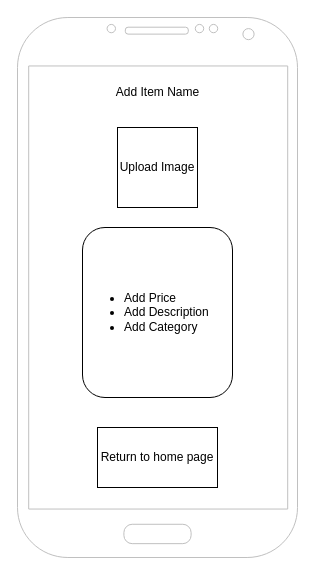
Earlier version of the draw.io diagram page "Add item" (2 of 4) of public/draft.drawio (MV-SWE-Gang/inventory-app). Source tidied: cells renumbered, new cells numbered last; positions are measured from the earlier drawing's top-left corner, leaving out a move shared by most shapes. Both pictures are drawn from the tidied source at 100%, with x=0, y=0 at pixel (17, 17).
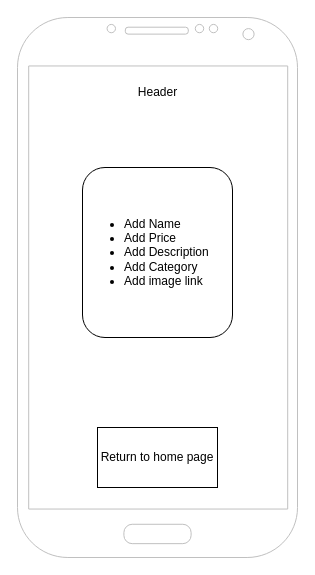
After the change.

Diff of the diagram source:
```diff
@@
 <mxGraphModel>
   <root>
     <mxCell id="0" />
     <mxCell id="1" parent="0" />
     <mxCell id="2" style="verticalLabelPosition=bottom;verticalAlign=top;html=1;shadow=0;dashed=0;strokeWidth=1;shape=mxgraph.android.phone2;strokeColor=#c0c0c0;" parent="1" vertex="1">
       <mxGeometry width="280" height="540" as="geometry" />
     </mxCell>
-    <mxCell id="3" value="Upload Image" style="whiteSpace=wrap;html=1;" parent="1" vertex="1">
-      <mxGeometry x="100" y="110" width="80" height="80" as="geometry" />
-    </mxCell>
-    <mxCell id="4" value="Add Item Name" style="text;html=1;strokeColor=none;fillColor=none;align=center;verticalAlign=middle;whiteSpace=wrap;rounded=0;" parent="1" vertex="1">
+    <mxCell id="4" value="Header" style="text;html=1;strokeColor=none;fillColor=none;align=center;verticalAlign=middle;whiteSpace=wrap;rounded=0;" parent="1" vertex="1">
       <mxGeometry x="87.5" y="60" width="105" height="30" as="geometry" />
     </mxCell>
-    <mxCell id="5" value="&lt;ul&gt;&lt;li&gt;Add Price&lt;/li&gt;&lt;li&gt;Add Description&lt;/li&gt;&lt;li&gt;Add Category&lt;/li&gt;&lt;/ul&gt;" style="rounded=1;whiteSpace=wrap;html=1;align=left;" parent="1" vertex="1">
-      <mxGeometry x="65" y="210" width="150" height="170" as="geometry" />
+    <mxCell id="5" value="&lt;ul&gt;&lt;li&gt;Add Name&lt;/li&gt;&lt;li&gt;Add Price&lt;/li&gt;&lt;li&gt;Add Description&lt;/li&gt;&lt;li&gt;Add Category&lt;/li&gt;&lt;li&gt;Add image link&lt;/li&gt;&lt;/ul&gt;" style="rounded=1;whiteSpace=wrap;html=1;align=left;" parent="1" vertex="1">
+      <mxGeometry x="65" y="150" width="150" height="170" as="geometry" />
     </mxCell>
     <mxCell id="6" value="Return to home page" style="rounded=0;whiteSpace=wrap;html=1;" parent="1" vertex="1">
       <mxGeometry x="80" y="410" width="120" height="60" as="geometry" />
     </mxCell>
   </root>
 </mxGraphModel>
```
